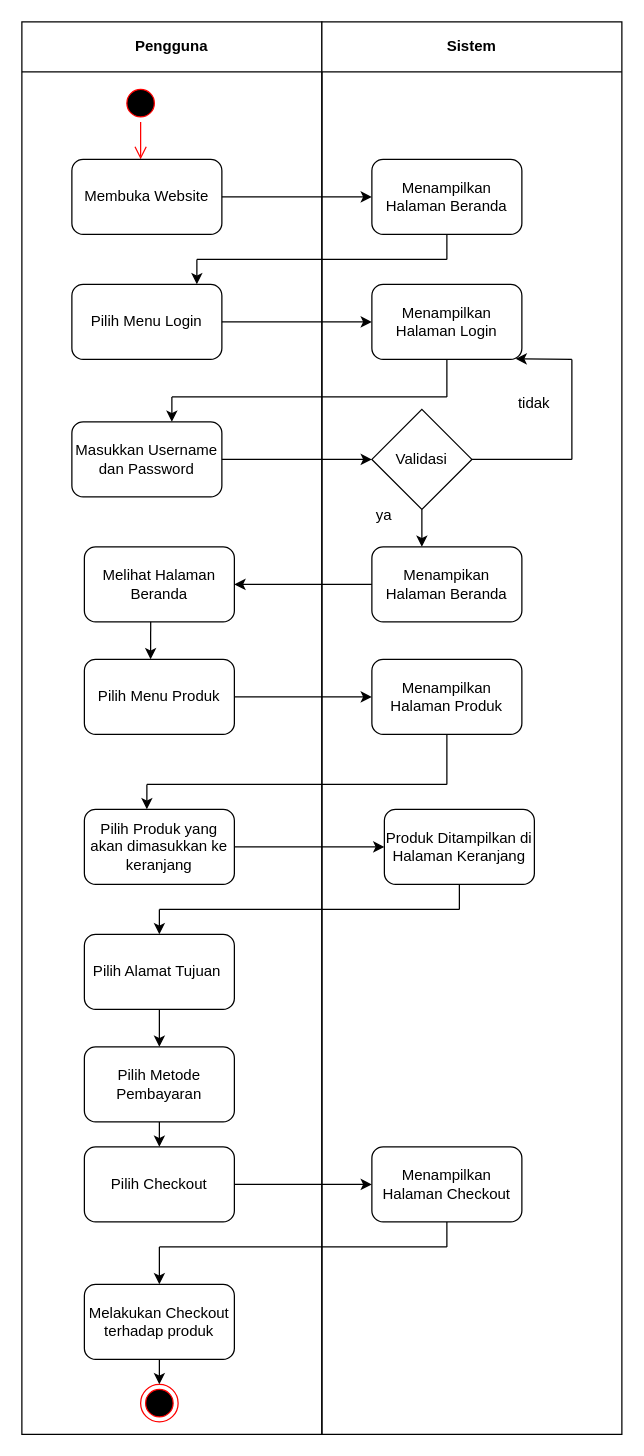
This is docs/activity/checkout user-activity (2).drawio from EvandriRidho/Rizquna-Bakery, a draw.io file, before an edit. Source tidied: cells renumbered, new cells numbered last; positions are measured from the earlier drawing's top-left corner, leaving out a move shared by most shapes. Both pictures are drawn from the tidied source at 125%, with x=0, y=0 at pixel (21, 21).
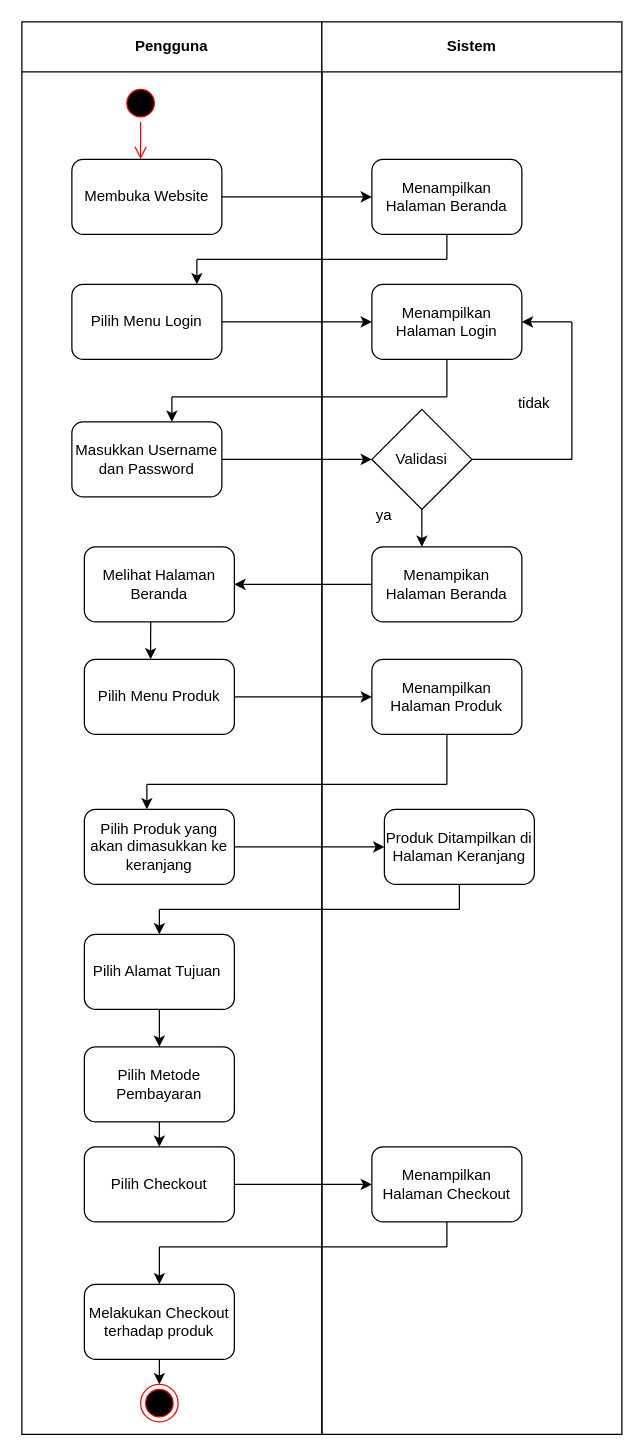
The same page after the edit.

Commit message (it also covers changes not shown here):
docs (diagram) : make a change for checkout, login user, navigasi user flow

The change refers to these unchanged cells:
```xml
<mxCell id="20" value="Sistem" style="swimlane;whiteSpace=wrap;html=1;startSize=40;" parent="1" vertex="1">
  <mxGeometry x="240" width="240" height="1130" as="geometry" />
</mxCell>
<mxCell id="22" value="Menampilkan Halaman Login" style="rounded=1;whiteSpace=wrap;html=1;" parent="20" vertex="1">
  <mxGeometry x="40" y="210" width="120" height="60" as="geometry" />
</mxCell>
```

Change to the diagram source:
```diff
@@
-    <mxCell id="29" style="endArrow=classic;html=1;rounded=0;" parent="20" edge="1">
-      <mxGeometry relative="1" as="geometry">
-        <mxPoint x="200" y="270" as="sourcePoint" />
-        <mxPoint x="155" y="269.5" as="targetPoint" />
-      </mxGeometry>
-    </mxCell>
@@
     <mxCell id="52" style="endArrow=none;html=1;rounded=0;" parent="1" edge="1">
       <mxGeometry relative="1" as="geometry">
         <mxPoint x="440" y="350" as="sourcePoint" />
-        <mxPoint x="440" y="270" as="targetPoint" />
+        <mxPoint x="440" y="240" as="targetPoint" />
       </mxGeometry>
     </mxCell>
@@
+    <mxCell id="56" style="endArrow=classic;html=1;rounded=0;entryX=1;entryY=0.5;entryDx=0;entryDy=0;" parent="1" edge="1" target="22">
+      <mxGeometry relative="1" as="geometry">
+        <mxPoint x="440" y="240" as="sourcePoint" />
+      </mxGeometry>
+    </mxCell>
```
